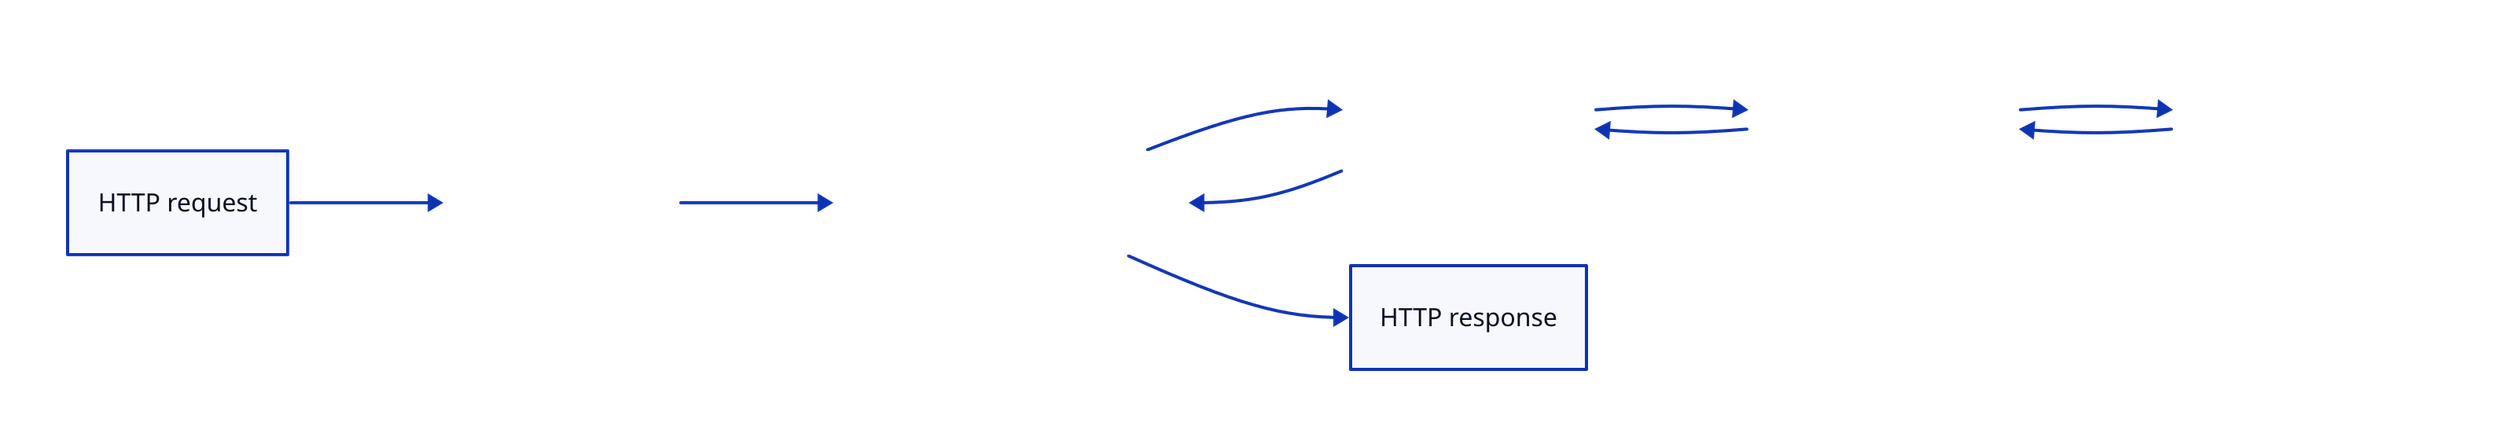
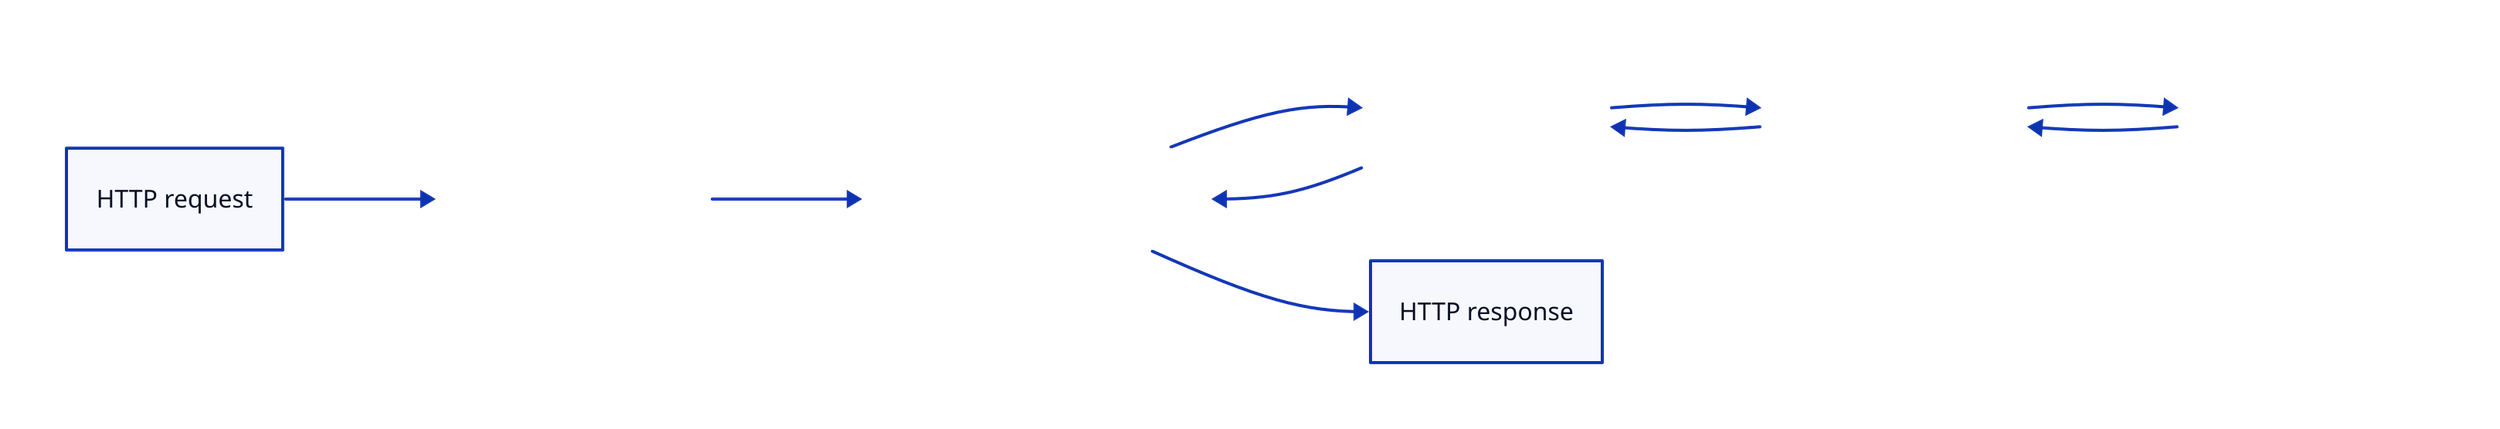
style: {
    fill: transparent
}

vars: {
    d2-config: {
        pad: 42
    }
}

direction: right

Request: {
    shape: rectangle
    label: HTTP request
}

Middleware: {
    shape: rectangle
    label: |md
        ### Middleware
-         inv.bind authn/tenant
+         inv_ctx.bind authn/tenant
    |
}

EndpointFeature: {
    shape: rectangle
    label: |md
        ### Endpoint feature
        validation · ETag · idempotency
    |
}

Handler: {
    shape: rectangle
    style: {
        stroke: "#4a90d9"
    }
    label: |md
        ### Handler
        registry.resolve(op, ctx)
    |
}

Port: {
    shape: rectangle
    label: |md
        ### Port
        DocumentCommandPort
    |
}

Adapter: {
    shape: rectangle
    style: {
        stroke: "#2e7d32"
    }
    label: |md
        ### Adapter
        Postgres / Mongo / Mock
    |
}

Response: {
    shape: rectangle
    label: HTTP response
}

Request -> Middleware -> EndpointFeature -> Handler -> Port -> Adapter
Adapter -> Port -> Handler -> EndpointFeature -> Response
